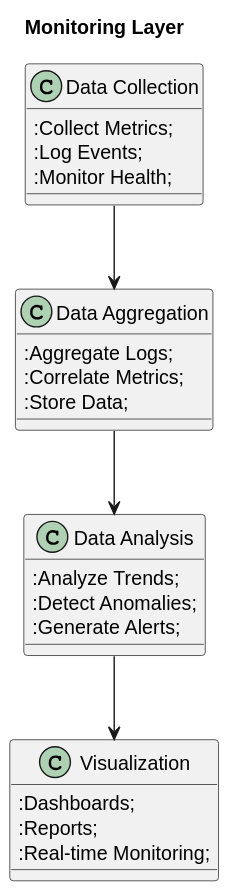
tylermaginnis/BECS_SoftwareArchitecture keeps this PlantUML diagram as docs/rendered/layers/MONITORING_LAYER.svg. Above is the earlier version. Source of this version:
```plantuml
@startuml
!define RECTANGLE class

title Monitoring Layer

RECTANGLE "Data Collection" as DataCollection {
  :Collect Metrics;
  :Log Events;
  :Monitor Health;
}

RECTANGLE "Data Aggregation" as DataAggregation {
  :Aggregate Logs;
  :Correlate Metrics;
  :Store Data;
}

RECTANGLE "Data Analysis" as DataAnalysis {
  :Analyze Trends;
  :Detect Anomalies;
  :Generate Alerts;
}

RECTANGLE "Visualization" as Visualization {
  :Dashboards;
  :Reports;
  :Real-time Monitoring;
}

DataCollection -down-> DataAggregation
DataAggregation -down-> DataAnalysis
DataAnalysis -down-> Visualization
@enduml
```
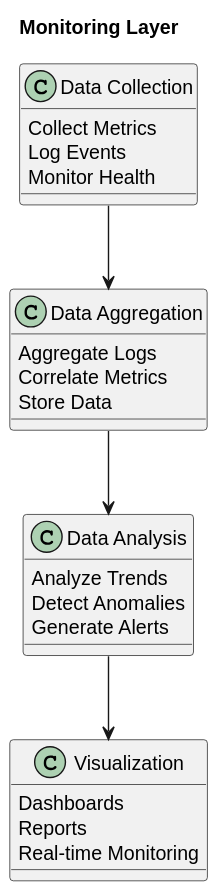
After the commit.

The edit, as a diff of the source:
```diff
@@ -4,27 +4,27 @@
 title Monitoring Layer
 
 RECTANGLE "Data Collection" as DataCollection {
-  :Collect Metrics;
-  :Log Events;
-  :Monitor Health;
+  Collect Metrics
+  Log Events
+  Monitor Health
 }
 
 RECTANGLE "Data Aggregation" as DataAggregation {
-  :Aggregate Logs;
-  :Correlate Metrics;
-  :Store Data;
+  Aggregate Logs
+  Correlate Metrics
+  Store Data
 }
 
 RECTANGLE "Data Analysis" as DataAnalysis {
-  :Analyze Trends;
-  :Detect Anomalies;
-  :Generate Alerts;
+  Analyze Trends
+  Detect Anomalies
+  Generate Alerts
 }
 
 RECTANGLE "Visualization" as Visualization {
-  :Dashboards;
-  :Reports;
-  :Real-time Monitoring;
+  Dashboards
+  Reports
+  Real-time Monitoring
 }
 
 DataCollection -down-> DataAggregation
```
